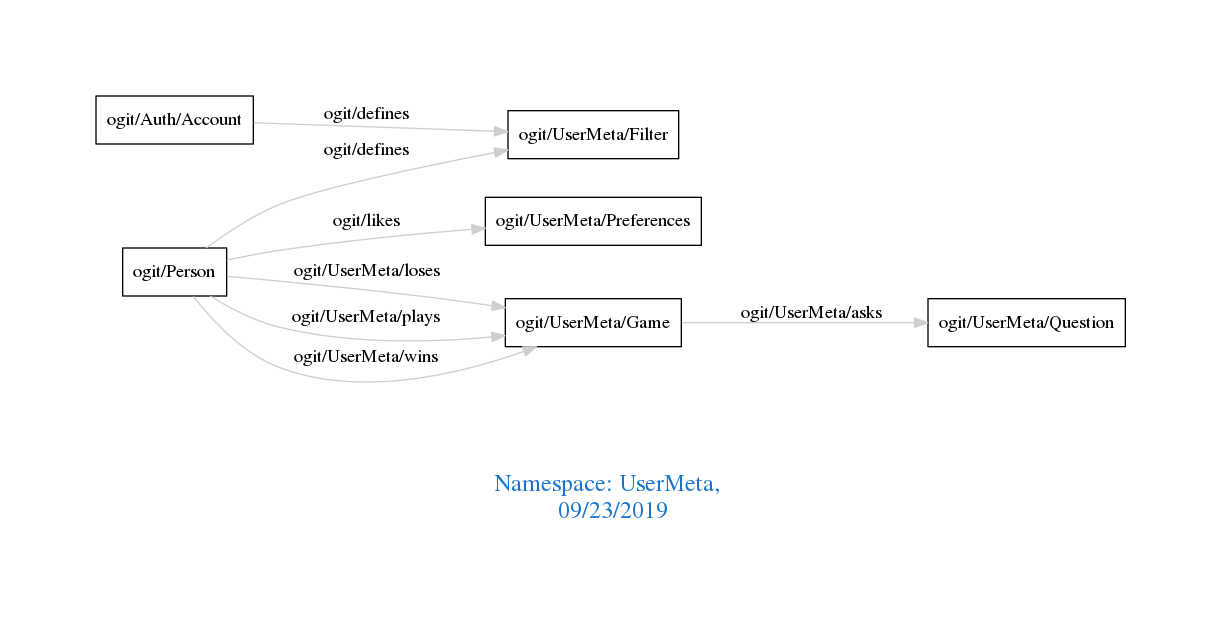
This is downloads/UserMeta.png from arago/OGIT, a Graphviz export, as it was before one commit. Its source is kept beside it as downloads/UserMeta.dot.
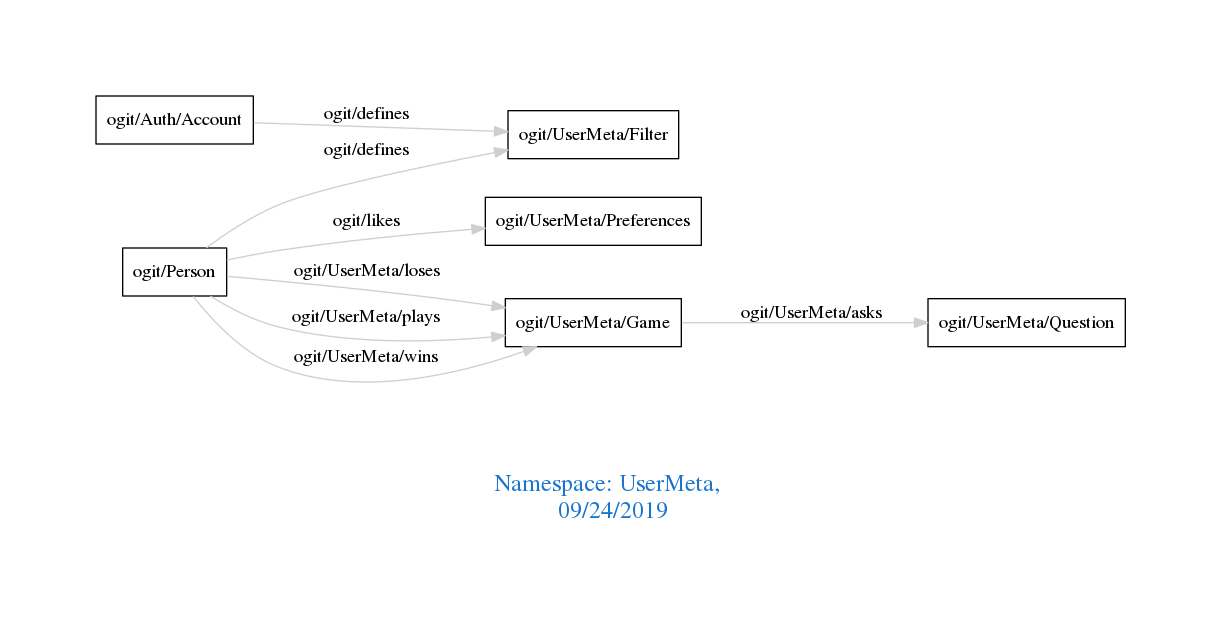
After the commit.

The edit, as a diff of the source:
```diff
@@ -1,7 +1,7 @@
 digraph OGIT_ontology {
  graph [ rankdir= LR,pad=1
 fontsize = 18,
-fontcolor= dodgerblue3,label = "\n\n\nNamespace: UserMeta, \n 09/23/2019"];
+fontcolor= dodgerblue3,label = "\n\n\nNamespace: UserMeta, \n 09/24/2019"];
 node[shape=polygon];
 edge [  color="gray81"];
 
```
